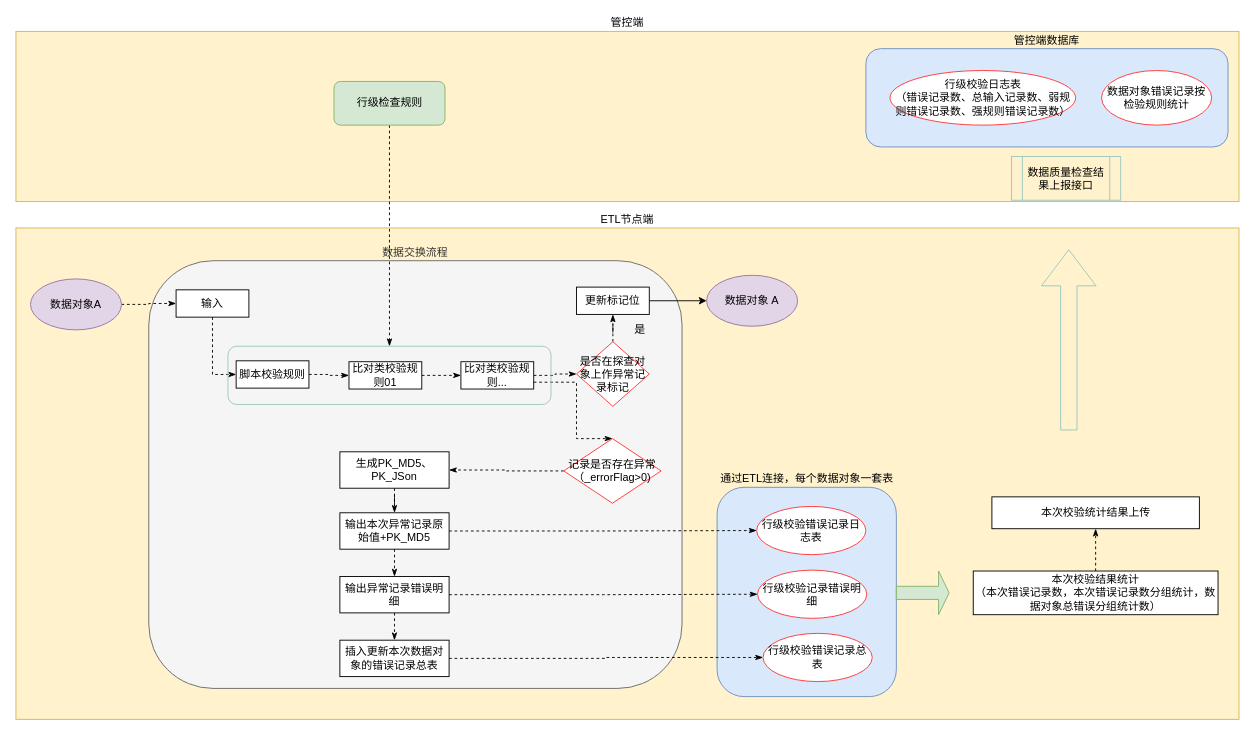
Earlier version of the draw.io diagram page "DataQulityCheckFlow" (2 of 2) of 数据质量.drawio (JefferNew/data2wisdom). Source tidied: cells renumbered, new cells numbered last; positions are measured from the earlier drawing's top-left corner, leaving out a move shared by most shapes. Both pictures are drawn from the tidied source at 91%, with x=0, y=0 at pixel (15, 31).
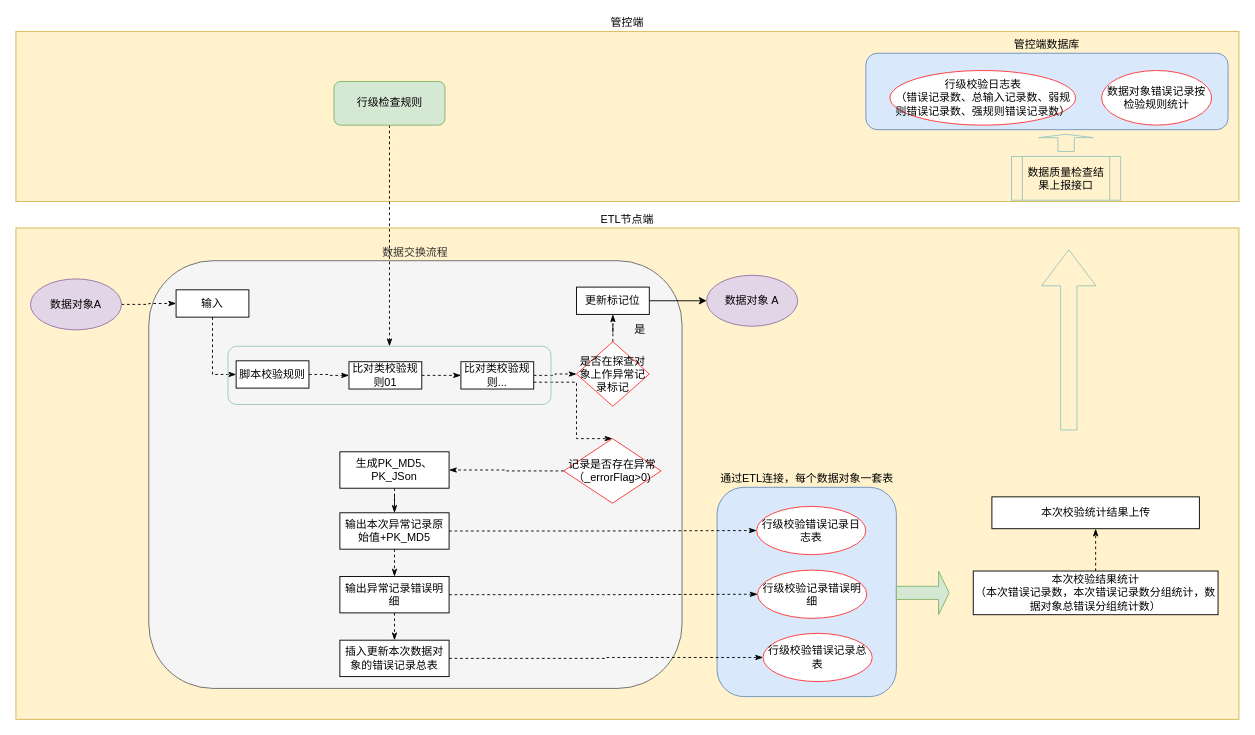
Above is the later version.

The edit, as a diff of the source:
```diff
@@
     <mxCell id="4" value="管控端数据库" style="rounded=1;whiteSpace=wrap;html=1;strokeColor=#6c8ebf;fillColor=#dae8fc;labelPosition=center;verticalLabelPosition=top;align=center;verticalAlign=bottom;rotation=0;" parent="1" vertex="1">
-      <mxGeometry x="934" y="19" width="398" height="108" as="geometry" />
+      <mxGeometry x="934" y="24" width="398" height="84" as="geometry" />
     </mxCell>
@@
+    <mxCell id="50" style="shape=singleArrow;direction=north;whiteSpace=wrap;html=1;strokeColor=#9AC7BF;fillColor=none;" parent="1" vertex="1">
+      <mxGeometry x="1124" y="113" width="60" height="19" as="geometry" />
+    </mxCell>
```
